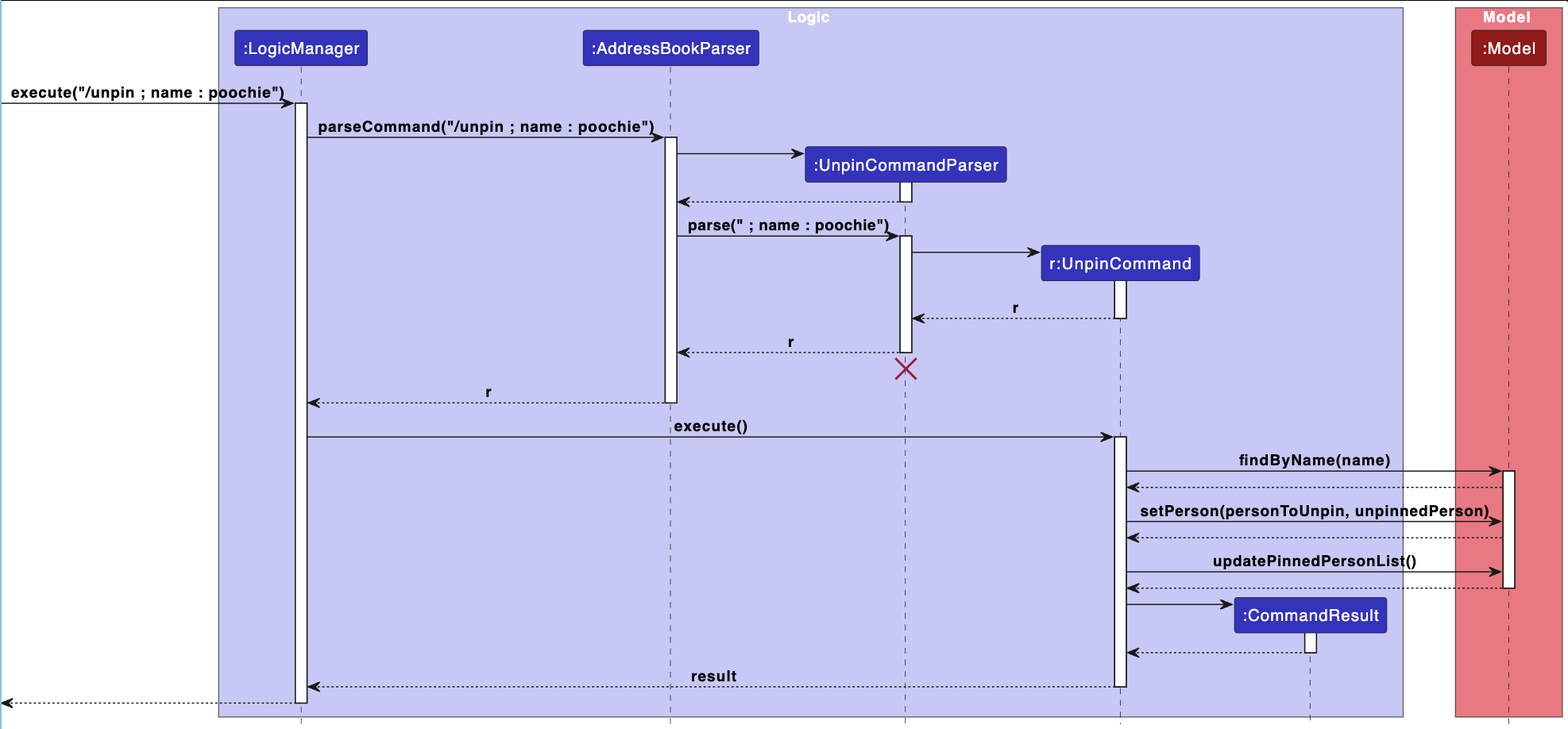
Before: docs/images/UnpinCommandSequenceDiagram.png, a diagram exported from PlantUML (yleeyilin/tp). Its source is kept beside it as docs/diagrams/UnpinCommandSequenceDiagram.puml. The source it was exported from:
```plantuml
@startuml
!include style.puml

box Logic LOGIC_COLOR_T1
participant ":LogicManager" as LogicManager LOGIC_COLOR
participant ":AddressBookParser" as AddressBookParser LOGIC_COLOR
participant ":UnpinCommandParser" as UnpinCommandParser LOGIC_COLOR
participant "r:UnpinCommand" as UnpinCommand LOGIC_COLOR
participant ":CommandResult" as CommandResult LOGIC_COLOR
end box

box Model MODEL_COLOR_T1
participant ":Model" as Model MODEL_COLOR
end box
[-> LogicManager : execute("/unpin ; name : poochie")
activate LogicManager

LogicManager -> AddressBookParser : parseCommand("/unpin ; name : poochie")
activate AddressBookParser

create UnpinCommandParser
AddressBookParser -> UnpinCommandParser
activate UnpinCommandParser

UnpinCommandParser --> AddressBookParser
deactivate UnpinCommandParser

AddressBookParser -> UnpinCommandParser : parse(" ; name : poochie")
activate UnpinCommandParser

create UnpinCommand
UnpinCommandParser -> UnpinCommand
activate UnpinCommand

UnpinCommand --> UnpinCommandParser : r
deactivate UnpinCommand

UnpinCommandParser --> AddressBookParser : r
deactivate UnpinCommandParser

UnpinCommandParser -[hidden]-> AddressBookParser
destroy UnpinCommandParser

AddressBookParser --> LogicManager : r
deactivate AddressBookParser

LogicManager -> UnpinCommand : execute()
activate UnpinCommand

UnpinCommand -> Model : findByName(name)
activate Model

Model --> UnpinCommand

UnpinCommand -> Model : setPerson(personToUnpin, unpinnedPerson)

Model --> UnpinCommand

UnpinCommand -> Model : updatePinnedPersonList()

Model --> UnpinCommand
deactivate Model

create CommandResult
UnpinCommand -> CommandResult
activate CommandResult

CommandResult --> UnpinCommand
deactivate CommandResult

UnpinCommand --> LogicManager : result
deactivate UnpinCommand

[<--LogicManager
deactivate LogicManager
@enduml
```
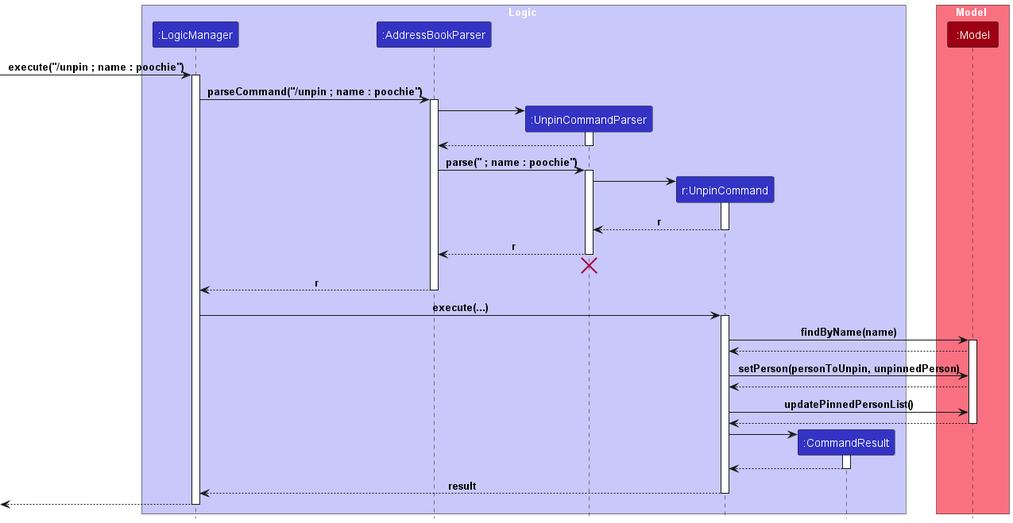
Above is the later version.

Change to the diagram source:
```diff
@@ -44,7 +44,7 @@
 AddressBookParser --> LogicManager : r
 deactivate AddressBookParser
 
-LogicManager -> UnpinCommand : execute()
+LogicManager -> UnpinCommand : execute(...)
 activate UnpinCommand
 
 UnpinCommand -> Model : findByName(name)
```
